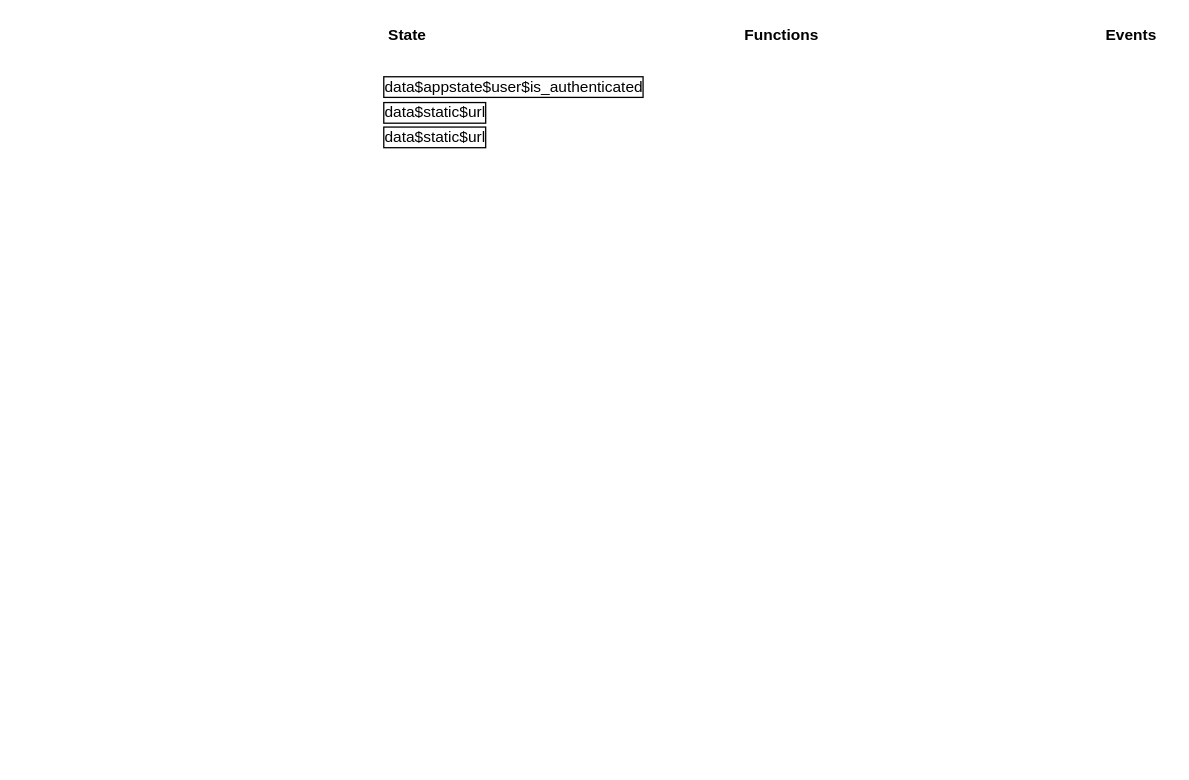
toscm/imlui keeps this draw.io diagram as doc/flowchart.drawio. Above is the earlier version. Source tidied: cells renumbered, new cells numbered last; positions are measured from the earlier drawing's top-left corner, leaving out a move shared by most shapes. Both pictures are drawn from the tidied source at 129%, with x=0, y=0 at pixel (381, 22).
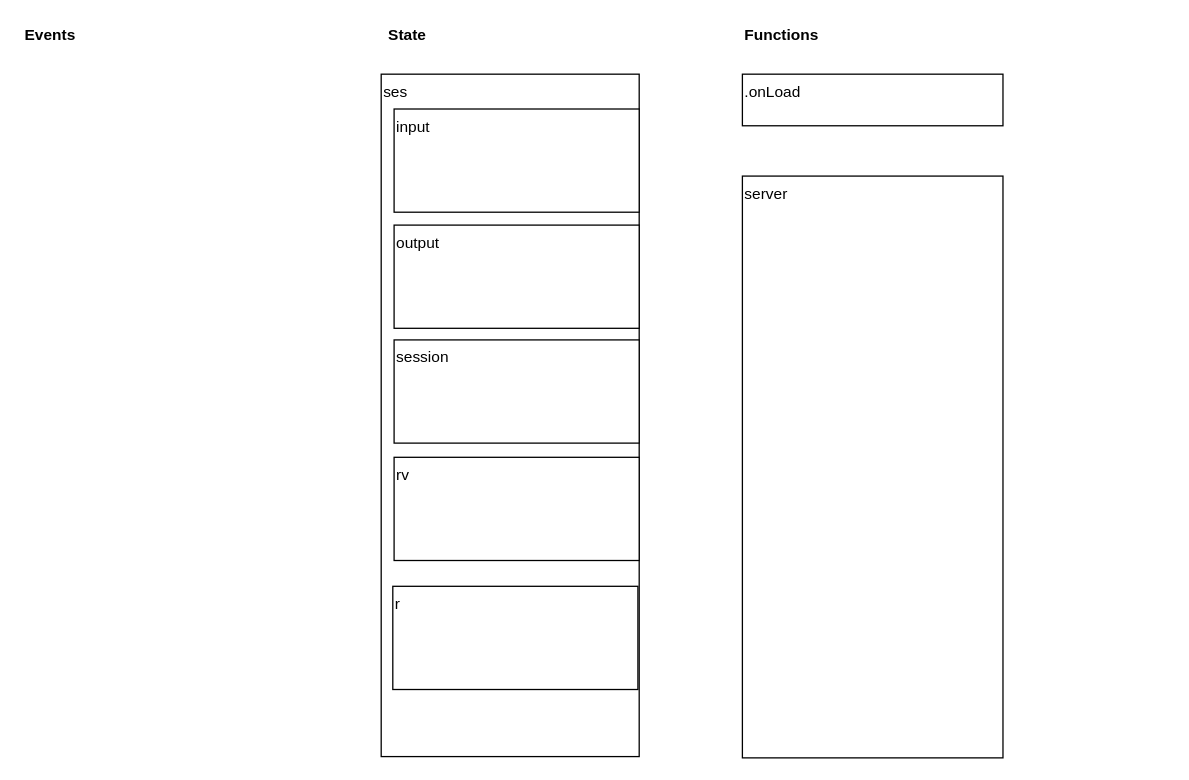
The same diagram, later.

Change to the diagram source:
```diff
@@
 <mxGraphModel>
   <root>
     <mxCell id="0" />
     <mxCell id="1" parent="0" />
-    <mxCell id="2" value="data$appstate$user$is_authenticated" style="text;html=1;align=left;verticalAlign=middle;strokeColor=none;fillColor=none;labelBorderColor=default;spacingTop=0;spacing=2;" parent="1" vertex="1">
-      <mxGeometry y="40" width="220" height="20" as="geometry" />
-    </mxCell>
-    <mxCell id="3" value="data$static$url" style="text;html=1;align=left;verticalAlign=middle;strokeColor=none;fillColor=none;labelBorderColor=default;" parent="1" vertex="1">
-      <mxGeometry y="60" width="90" height="20" as="geometry" />
-    </mxCell>
     <mxCell id="4" value="&lt;b&gt;State&lt;/b&gt;" style="text;html=1;align=center;verticalAlign=middle;strokeColor=none;fillColor=none;" parent="1" vertex="1">
       <mxGeometry width="40" height="20" as="geometry" />
     </mxCell>
     <mxCell id="5" value="&lt;b&gt;Events&lt;/b&gt;" style="text;html=1;align=left;verticalAlign=middle;strokeColor=none;fillColor=none;" parent="1" vertex="1">
-      <mxGeometry x="560" width="50" height="20" as="geometry" />
+      <mxGeometry x="-278" width="50" height="20" as="geometry" />
     </mxCell>
+    <mxCell id="8" value="ses" style="rounded=0;whiteSpace=wrap;html=1;align=left;labelPosition=center;verticalLabelPosition=middle;verticalAlign=top;" parent="1" vertex="1">
+      <mxGeometry y="40" width="200" height="529" as="geometry" />
+    </mxCell>
+    <mxCell id="9" value=".onLoad" style="rounded=0;whiteSpace=wrap;html=1;align=left;labelPosition=center;verticalLabelPosition=middle;verticalAlign=top;" parent="1" vertex="1">
+      <mxGeometry x="280" y="40" width="202" height="40" as="geometry" />
+    </mxCell>
+    <mxCell id="10" value="server" style="rounded=0;whiteSpace=wrap;html=1;align=left;labelPosition=center;verticalLabelPosition=middle;verticalAlign=top;" parent="1" vertex="1">
+      <mxGeometry x="280" y="119" width="202" height="451" as="geometry" />
+    </mxCell>
     <mxCell id="6" value="&lt;b&gt;Functions&lt;/b&gt;" style="text;html=1;align=left;verticalAlign=middle;strokeColor=none;fillColor=none;" parent="1" vertex="1">
       <mxGeometry x="280" width="70" height="20" as="geometry" />
     </mxCell>
-    <mxCell id="7" value="data$static$url" style="text;html=1;align=left;verticalAlign=middle;strokeColor=none;fillColor=none;labelBorderColor=default;" parent="1" vertex="1">
-      <mxGeometry y="79" width="90" height="20" as="geometry" />
-    </mxCell>
+    <mxCell id="11" value="input" style="rounded=0;whiteSpace=wrap;html=1;align=left;labelPosition=center;verticalLabelPosition=middle;verticalAlign=top;" parent="1" vertex="1">
+      <mxGeometry x="10" y="67" width="190" height="80" as="geometry" />
+    </mxCell>
+    <mxCell id="12" value="output" style="rounded=0;whiteSpace=wrap;html=1;align=left;labelPosition=center;verticalLabelPosition=middle;verticalAlign=top;" parent="1" vertex="1">
+      <mxGeometry x="10" y="157" width="190" height="80" as="geometry" />
+    </mxCell>
+    <mxCell id="13" value="session" style="rounded=0;whiteSpace=wrap;html=1;align=left;labelPosition=center;verticalLabelPosition=middle;verticalAlign=top;" parent="1" vertex="1">
+      <mxGeometry x="10" y="246" width="190" height="80" as="geometry" />
+    </mxCell>
+    <mxCell id="14" value="rv" style="rounded=0;whiteSpace=wrap;html=1;align=left;labelPosition=center;verticalLabelPosition=middle;verticalAlign=top;" parent="1" vertex="1">
+      <mxGeometry x="10" y="337" width="190" height="80" as="geometry" />
+    </mxCell>
+    <mxCell id="15" value="r" style="rounded=0;whiteSpace=wrap;html=1;align=left;labelPosition=center;verticalLabelPosition=middle;verticalAlign=top;" parent="1" vertex="1">
+      <mxGeometry x="9" y="437" width="190" height="80" as="geometry" />
+    </mxCell>
   </root>
 </mxGraphModel>
```
